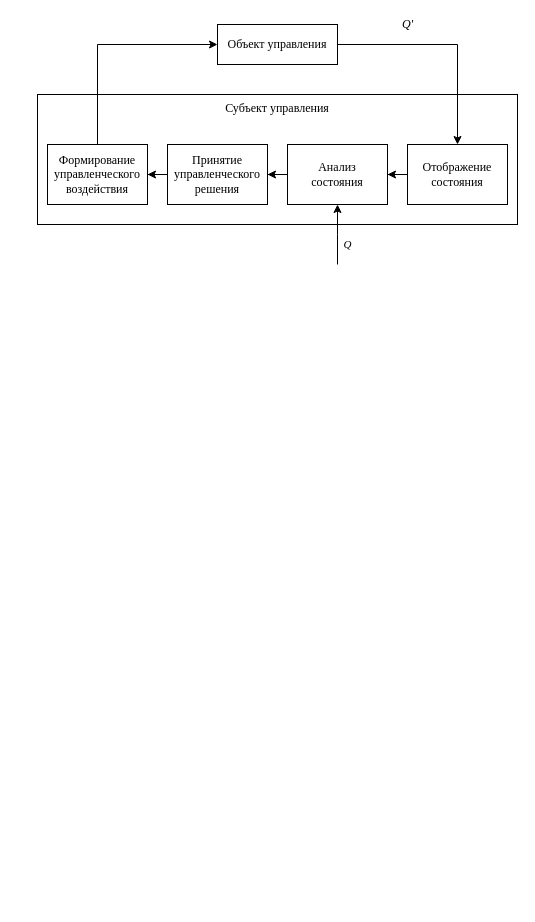
Before: shema_uprav.drawio in obscurya/draw.io, a draw.io diagram. Source tidied: cells renumbered, new cells numbered last; positions are measured from the earlier drawing's top-left corner, leaving out a move shared by most shapes. Both pictures are drawn from the tidied source at 100%, with x=0, y=0 at pixel (37, 24).
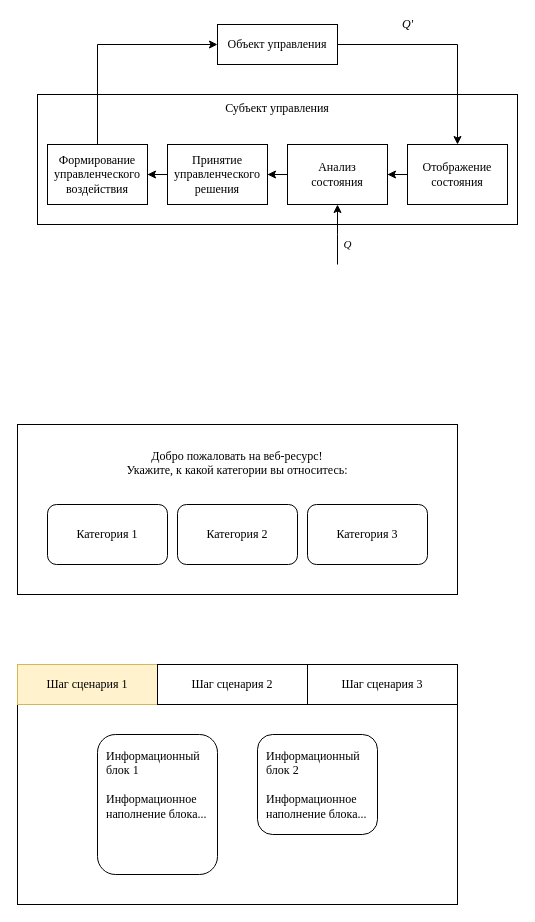
The same page after the edit.

Change to the diagram source:
```diff
@@
+    <mxCell id="14" value="Добро пожаловать на веб-ресурс!&lt;br&gt;Укажите, к какой категории вы относитесь:&lt;br&gt;" style="rounded=0;whiteSpace=wrap;html=1;fontFamily=Times New Roman;fontSize=12;align=center;verticalAlign=top;spacingTop=18;" parent="1" vertex="1">
+      <mxGeometry x="-20" y="400" width="440" height="170" as="geometry" />
+    </mxCell>
+    <mxCell id="15" value="Категория 1" style="rounded=1;whiteSpace=wrap;html=1;fontFamily=Times New Roman;fontSize=12;align=center;" parent="1" vertex="1">
+      <mxGeometry x="10" y="480" width="120" height="60" as="geometry" />
+    </mxCell>
+    <mxCell id="16" value="Категория 2" style="rounded=1;whiteSpace=wrap;html=1;fontFamily=Times New Roman;fontSize=12;align=center;" parent="1" vertex="1">
+      <mxGeometry x="140" y="480" width="120" height="60" as="geometry" />
+    </mxCell>
+    <mxCell id="17" value="Категория 3" style="rounded=1;whiteSpace=wrap;html=1;fontFamily=Times New Roman;fontSize=12;align=center;" parent="1" vertex="1">
+      <mxGeometry x="270" y="480" width="120" height="60" as="geometry" />
+    </mxCell>
+    <mxCell id="18" style="rounded=0;whiteSpace=wrap;html=1;fontFamily=Times New Roman;fontSize=12;align=center;" parent="1" vertex="1">
+      <mxGeometry x="-20" y="640" width="440" height="240" as="geometry" />
+    </mxCell>
+    <mxCell id="19" value="Шаг сценария 1" style="rounded=0;whiteSpace=wrap;html=1;fontFamily=Times New Roman;fontSize=12;align=center;fillColor=#fff2cc;strokeColor=#d6b656;" parent="1" vertex="1">
+      <mxGeometry x="-20" y="640" width="140" height="40" as="geometry" />
+    </mxCell>
+    <mxCell id="20" value="Шаг сценария 2" style="rounded=0;whiteSpace=wrap;html=1;fontFamily=Times New Roman;fontSize=12;align=center;" parent="1" vertex="1">
+      <mxGeometry x="120" y="640" width="150" height="40" as="geometry" />
+    </mxCell>
+    <mxCell id="21" value="Шаг сценария 3" style="rounded=0;whiteSpace=wrap;html=1;fontFamily=Times New Roman;fontSize=12;align=center;" parent="1" vertex="1">
+      <mxGeometry x="270" y="640" width="150" height="40" as="geometry" />
+    </mxCell>
+    <mxCell id="22" value="&lt;div style=&quot;text-align: left&quot;&gt;&lt;span&gt;Информационный блок 1&lt;/span&gt;&lt;/div&gt;&lt;div style=&quot;text-align: left&quot;&gt;&lt;br&gt;&lt;/div&gt;&lt;div style=&quot;text-align: left&quot;&gt;&lt;span&gt;Информационное наполнение блока...&lt;/span&gt;&lt;/div&gt;" style="rounded=1;whiteSpace=wrap;html=1;fontFamily=Times New Roman;fontSize=12;align=center;spacing=10;verticalAlign=top;" parent="1" vertex="1">
+      <mxGeometry x="60" y="710" width="120" height="140" as="geometry" />
+    </mxCell>
+    <mxCell id="23" value="&lt;div style=&quot;text-align: left&quot;&gt;&lt;span&gt;Информационный блок 2&lt;/span&gt;&lt;/div&gt;&lt;div style=&quot;text-align: left&quot;&gt;&lt;br&gt;&lt;/div&gt;&lt;div style=&quot;text-align: left&quot;&gt;&lt;span&gt;Информационное наполнение блока...&lt;/span&gt;&lt;/div&gt;" style="rounded=1;whiteSpace=wrap;html=1;fontFamily=Times New Roman;fontSize=12;align=center;spacing=10;verticalAlign=top;" parent="1" vertex="1">
+      <mxGeometry x="220" y="710" width="120" height="100" as="geometry" />
+    </mxCell>
```
